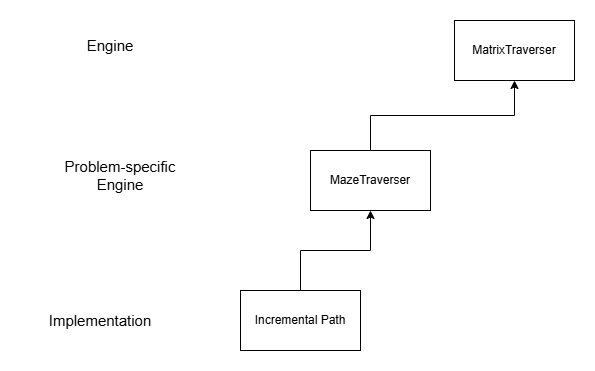
Earlier version of the draw.io export assets/object_hierarchy.png (tave8/matrix-traverser-python). Source tidied: cells renumbered, new cells last; positions are measured from the earlier drawing's top-left corner, leaving out a move shared by most shapes. The source it was exported from:
```xml
<mxGraphModel>
  <root>
    <mxCell id="0" />
    <mxCell id="1" parent="0" />
    <mxCell id="2" value="MatrixTraverser" style="rounded=0;whiteSpace=wrap;html=1;" parent="1" vertex="1">
      <mxGeometry x="434" width="120" height="60" as="geometry" />
    </mxCell>
    <mxCell id="3" style="edgeStyle=orthogonalEdgeStyle;rounded=0;jettySize=auto;html=1;entryX=0.5;entryY=1;entryDx=0;entryDy=0;exitX=0.5;exitY=0;exitDx=0;exitDy=0;" parent="1" edge="1" source="4" target="2">
      <mxGeometry relative="1" as="geometry" />
    </mxCell>
    <mxCell id="4" value="MazeTraverser" style="rounded=0;whiteSpace=wrap;html=1;" parent="1" vertex="1">
      <mxGeometry x="290" y="130" width="120" height="60" as="geometry" />
    </mxCell>
    <mxCell id="5" style="edgeStyle=orthogonalEdgeStyle;rounded=0;jettySize=auto;html=1;entryX=0.5;entryY=1;entryDx=0;entryDy=0;" parent="1" edge="1" source="6" target="4">
      <mxGeometry relative="1" as="geometry" />
    </mxCell>
    <mxCell id="6" value="Incremental Path" style="rounded=0;whiteSpace=wrap;html=1;" parent="1" vertex="1">
      <mxGeometry x="220" y="270" width="120" height="60" as="geometry" />
    </mxCell>
    <mxCell id="7" value="Engine" style="text;html=1;whiteSpace=wrap;strokeColor=none;fillColor=none;align=center;verticalAlign=middle;rounded=0;fontSize=15;" parent="1" vertex="1">
      <mxGeometry x="60" y="10" width="60" height="30" as="geometry" />
    </mxCell>
    <mxCell id="8" value="Problem-specific Engine" style="text;html=1;whiteSpace=wrap;strokeColor=none;fillColor=none;align=center;verticalAlign=middle;rounded=0;fontSize=15;" parent="1" vertex="1">
      <mxGeometry x="20" y="140" width="160" height="30" as="geometry" />
    </mxCell>
    <mxCell id="9" value="Implementation" style="text;html=1;whiteSpace=wrap;strokeColor=none;fillColor=none;align=center;verticalAlign=middle;rounded=0;fontSize=15;" parent="1" vertex="1">
      <mxGeometry y="285" width="160" height="30" as="geometry" />
    </mxCell>
  </root>
</mxGraphModel>
```
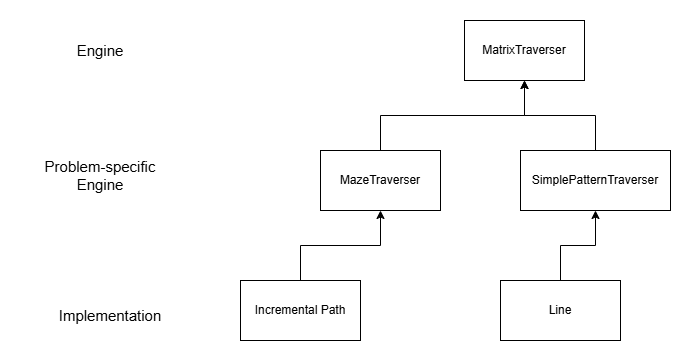
The same file after the commit.

Diff of the diagram source:
```diff
@@ -15,16 +15,28 @@
       <mxGeometry relative="1" as="geometry" />
     </mxCell>
     <mxCell id="6" value="Incremental Path" style="rounded=0;whiteSpace=wrap;html=1;" parent="1" vertex="1">
-      <mxGeometry x="220" y="270" width="120" height="60" as="geometry" />
+      <mxGeometry x="210" y="260" width="120" height="60" as="geometry" />
     </mxCell>
     <mxCell id="7" value="Engine" style="text;html=1;whiteSpace=wrap;strokeColor=none;fillColor=none;align=center;verticalAlign=middle;rounded=0;fontSize=15;" parent="1" vertex="1">
-      <mxGeometry x="60" y="10" width="60" height="30" as="geometry" />
+      <mxGeometry x="40" y="15" width="60" height="30" as="geometry" />
     </mxCell>
     <mxCell id="8" value="Problem-specific Engine" style="text;html=1;whiteSpace=wrap;strokeColor=none;fillColor=none;align=center;verticalAlign=middle;rounded=0;fontSize=15;" parent="1" vertex="1">
-      <mxGeometry x="20" y="140" width="160" height="30" as="geometry" />
+      <mxGeometry x="-10" y="140" width="160" height="30" as="geometry" />
     </mxCell>
     <mxCell id="9" value="Implementation" style="text;html=1;whiteSpace=wrap;strokeColor=none;fillColor=none;align=center;verticalAlign=middle;rounded=0;fontSize=15;" parent="1" vertex="1">
-      <mxGeometry y="285" width="160" height="30" as="geometry" />
+      <mxGeometry y="280" width="160" height="30" as="geometry" />
     </mxCell>
+    <mxCell id="10" style="edgeStyle=orthogonalEdgeStyle;rounded=0;jettySize=auto;html=1;entryX=0.5;entryY=1;entryDx=0;entryDy=0;" parent="1" edge="1" source="11" target="2">
+      <mxGeometry relative="1" as="geometry" />
+    </mxCell>
+    <mxCell id="11" value="SimplePatternTraverser" style="rounded=0;whiteSpace=wrap;html=1;" parent="1" vertex="1">
+      <mxGeometry x="490" y="130" width="150" height="60" as="geometry" />
+    </mxCell>
+    <mxCell id="12" style="edgeStyle=orthogonalEdgeStyle;rounded=0;jettySize=auto;html=1;entryX=0.5;entryY=1;entryDx=0;entryDy=0;" parent="1" edge="1" source="13" target="11">
+      <mxGeometry relative="1" as="geometry" />
+    </mxCell>
+    <mxCell id="13" value="Line" style="rounded=0;whiteSpace=wrap;html=1;" parent="1" vertex="1">
+      <mxGeometry x="470" y="260" width="120" height="60" as="geometry" />
+    </mxCell>
   </root>
 </mxGraphModel>
```
